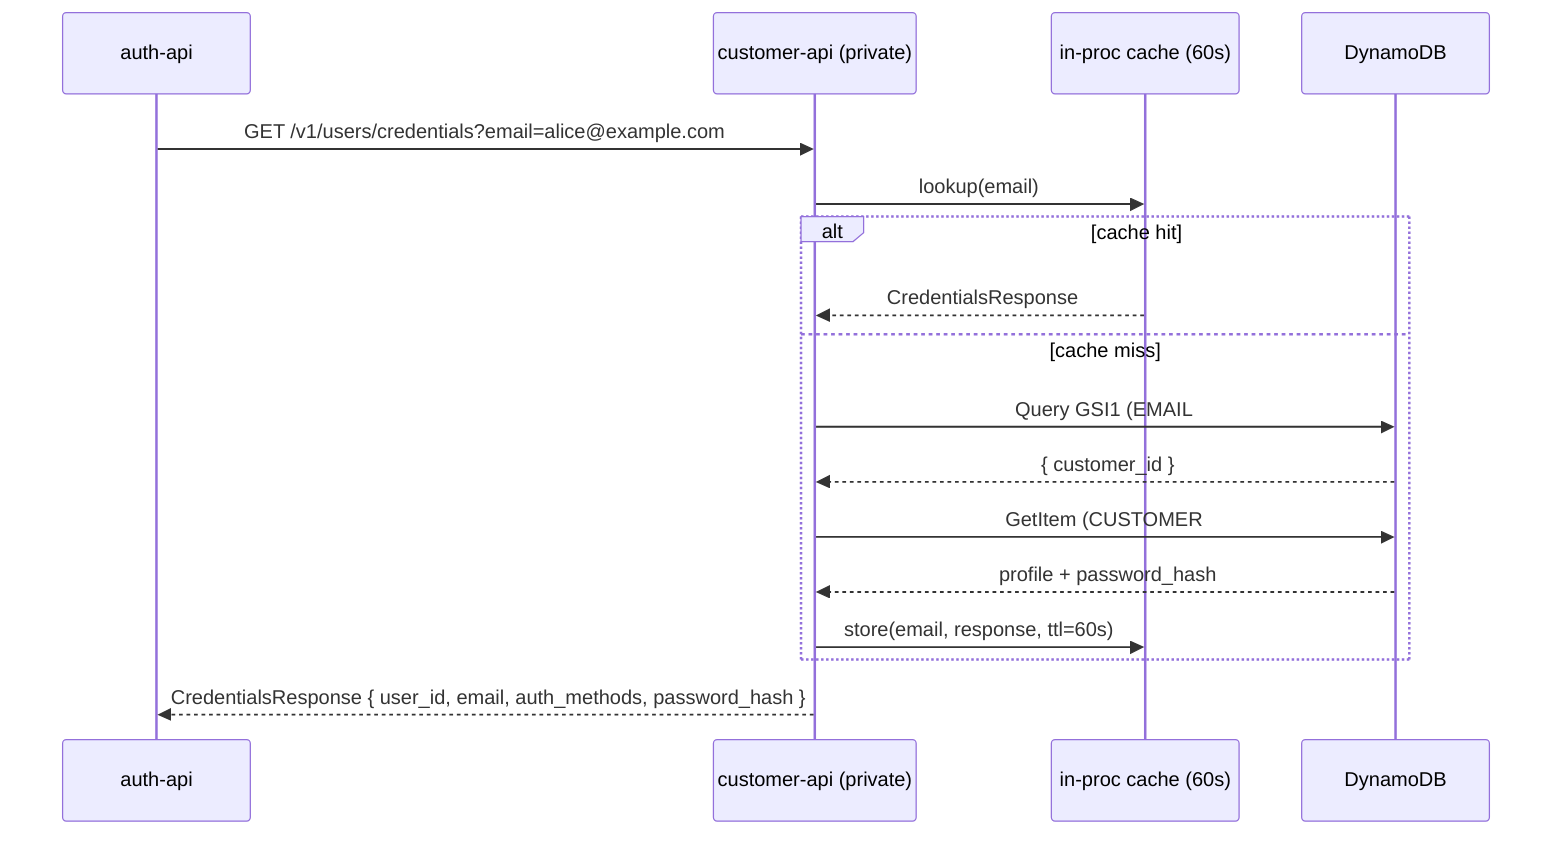
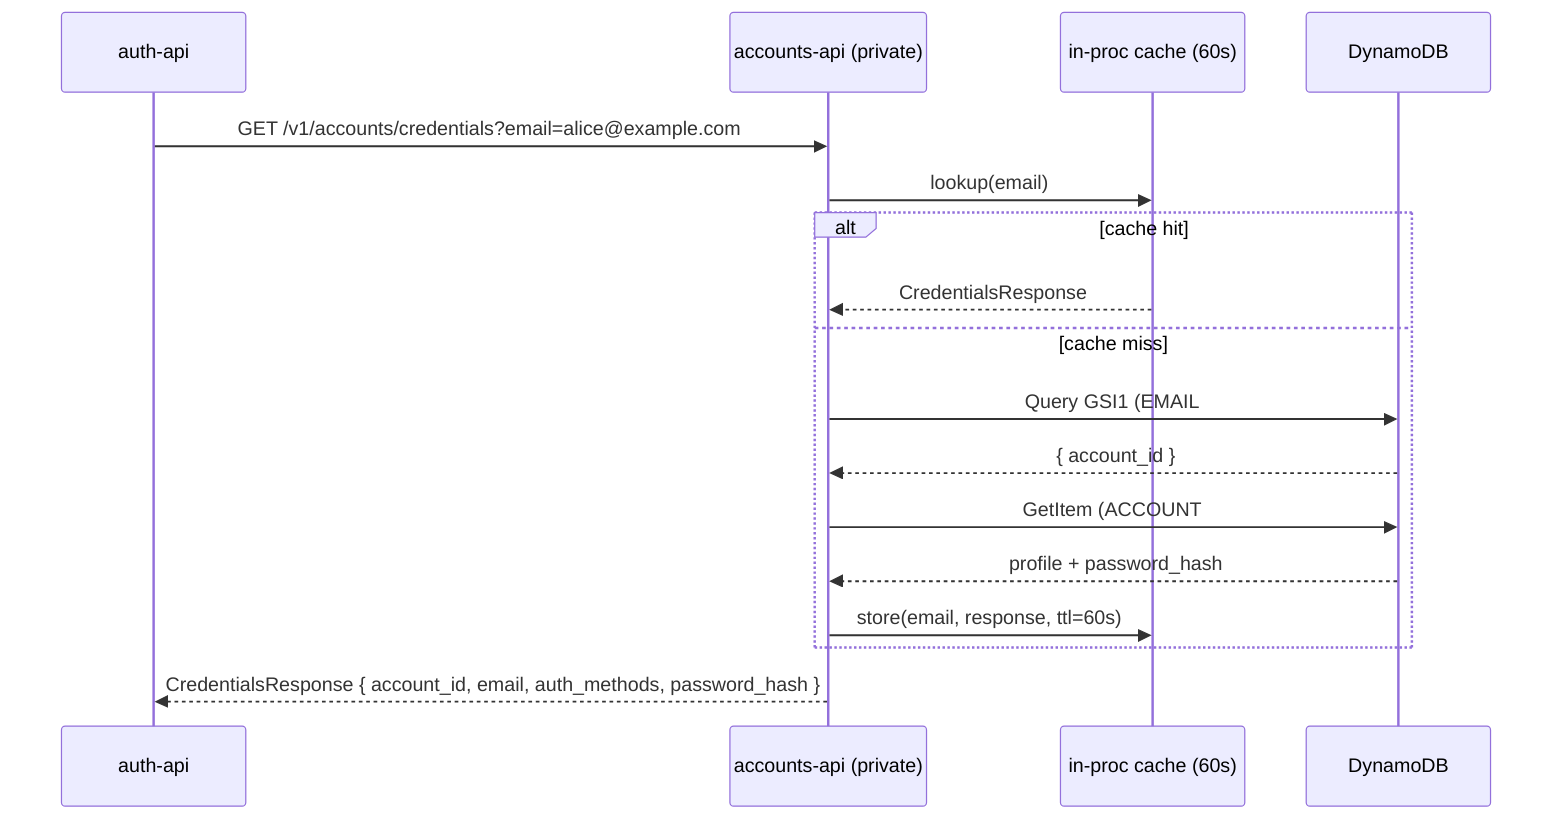
sequenceDiagram
    participant A as auth-api
-     participant P as customer-api (private)
+     participant P as accounts-api (private)
    participant C as in-proc cache (60s)
    participant D as DynamoDB

-     A->>P: GET /v1/users/credentials?email=alice@example.com
+     A->>P: GET /v1/accounts/credentials?email=alice@example.com
    P->>C: lookup(email)
    alt cache hit
        C-->>P: CredentialsResponse
    else cache miss
        P->>D: Query GSI1 (EMAIL#alice@example.com → PROFILE)
-         D-->>P: { customer_id }
-         P->>D: GetItem (CUSTOMER#cust_…, PROFILE)
+         D-->>P: { account_id }
+         P->>D: GetItem (ACCOUNT#acct_…, PROFILE)
        D-->>P: profile + password_hash
        P->>C: store(email, response, ttl=60s)
    end
-     P-->>A: CredentialsResponse { user_id, email, auth_methods, password_hash }
+     P-->>A: CredentialsResponse { account_id, email, auth_methods, password_hash }
